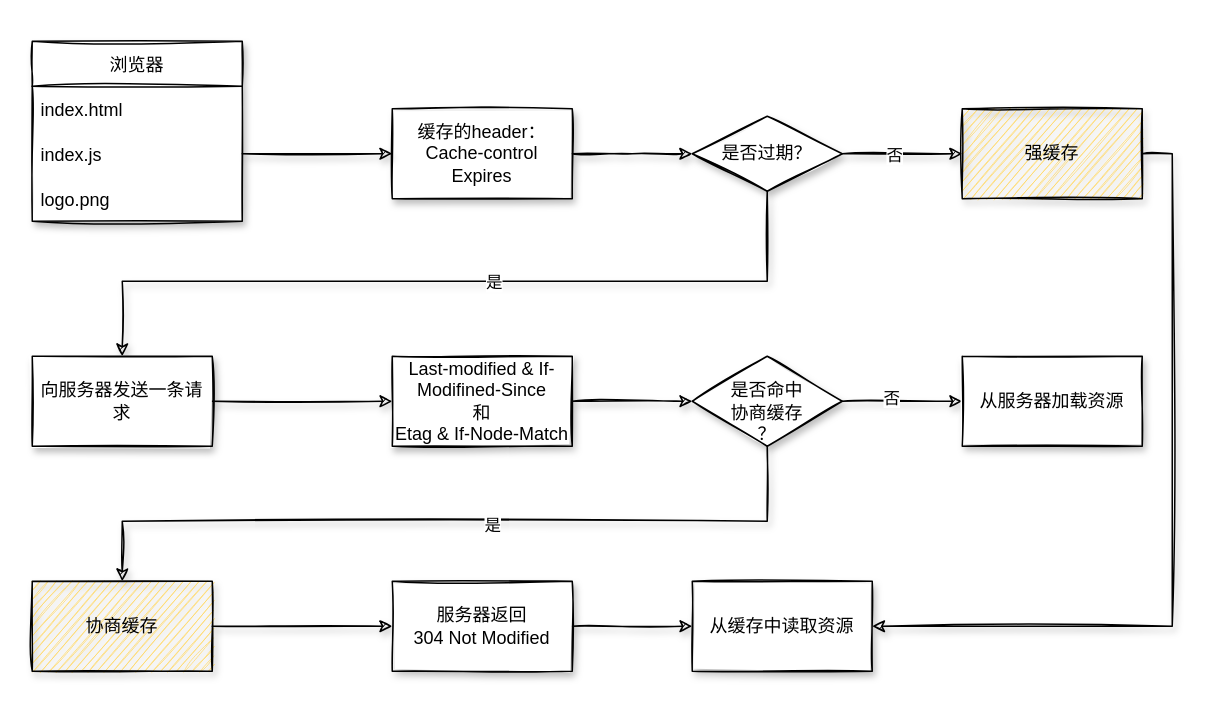
Earlier version of the draw.io diagram browser-caching-mechanism.drawio (nikolausliu/drawio-repo). Source tidied: cells renumbered, new cells numbered last; positions are measured from the earlier drawing's top-left corner, leaving out a move shared by most shapes. Both pictures are drawn from the tidied source at 150%, with x=0, y=0 at pixel (32, 40).
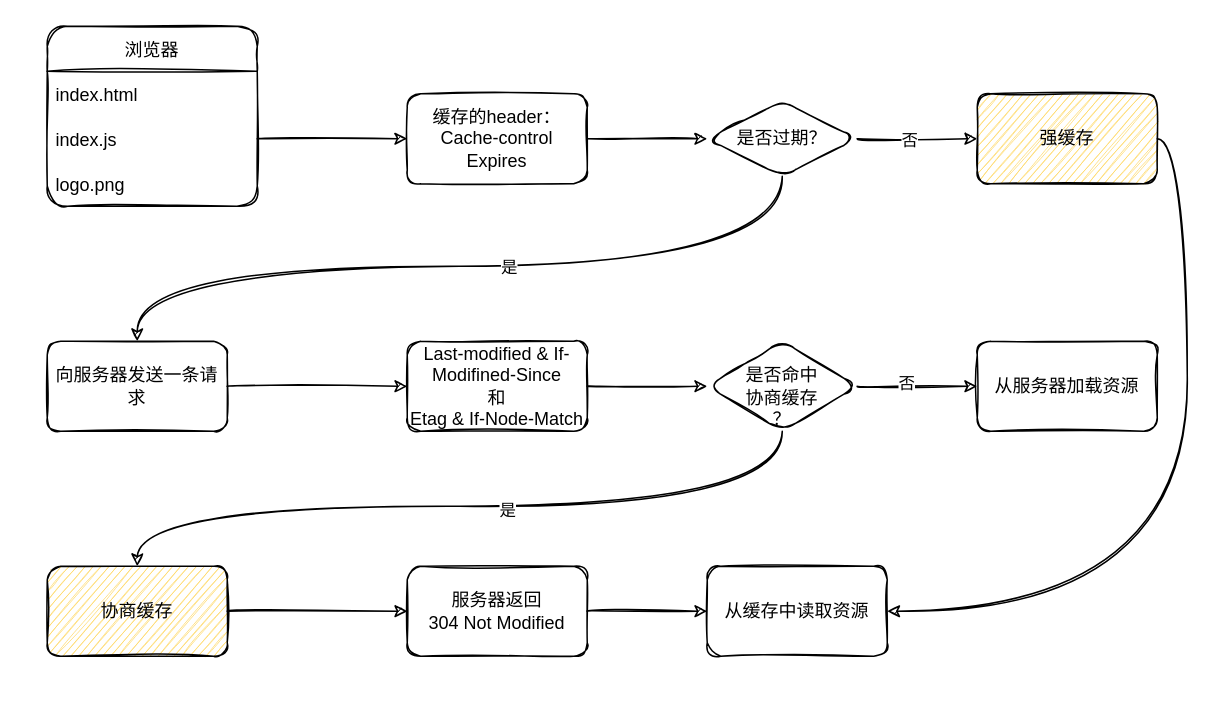
After the change.

Diff of the diagram source:
```diff
@@
+    <mxCell id="31" style="group;shadow=0;sketch=0;rounded=0;" parent="1" vertex="1">
+      <mxGeometry x="10" y="-10" width="740" height="420" as="geometry" />
+    </mxCell>
-    <mxCell id="2" value="浏览器" style="swimlane;fontStyle=0;horizontal=1;startSize=30;gradientColor=none;swimlaneFillColor=default;sketch=1;shadow=1;swimlaneLine=1;" parent="1" vertex="1">
+    <mxCell id="2" value="浏览器" style="swimlane;fontStyle=0;horizontal=1;startSize=30;gradientColor=none;swimlaneFillColor=default;shadow=0;swimlaneLine=1;sketch=1;rounded=1;glass=0;" parent="31" vertex="1">
       <mxGeometry width="140" height="120" as="geometry" />
     </mxCell>
-    <mxCell id="3" value="index.html" style="text;strokeColor=none;fillColor=none;align=left;verticalAlign=middle;spacingLeft=4;spacingRight=4;overflow=hidden;sketch=1;shadow=1;swimlaneLine=1;" parent="2" vertex="1">
+    <mxCell id="3" value="index.html" style="text;strokeColor=none;fillColor=none;align=left;verticalAlign=middle;spacingLeft=4;spacingRight=4;overflow=hidden;shadow=1;swimlaneLine=1;sketch=1;rounded=1;" parent="2" vertex="1">
       <mxGeometry y="30" width="140" height="30" as="geometry" />
     </mxCell>
-    <mxCell id="4" value="index.js" style="text;strokeColor=none;fillColor=none;align=left;verticalAlign=middle;spacingLeft=4;spacingRight=4;overflow=hidden;points=[[0,0.5],[1,0.5]];portConstraint=eastwest;sketch=1;shadow=1;swimlaneLine=1;" parent="2" vertex="1">
+    <mxCell id="4" value="index.js" style="text;strokeColor=none;fillColor=none;align=left;verticalAlign=middle;spacingLeft=4;spacingRight=4;overflow=hidden;points=[[0,0.5],[1,0.5]];portConstraint=eastwest;shadow=1;swimlaneLine=1;sketch=1;rounded=1;" parent="2" vertex="1">
       <mxGeometry y="60" width="140" height="30" as="geometry" />
     </mxCell>
-    <mxCell id="5" value="logo.png" style="text;strokeColor=none;fillColor=none;align=left;verticalAlign=middle;spacingLeft=4;spacingRight=4;overflow=hidden;sketch=1;shadow=1;swimlaneLine=1;" parent="2" vertex="1">
+    <mxCell id="5" value="logo.png" style="text;strokeColor=none;fillColor=none;align=left;verticalAlign=middle;spacingLeft=4;spacingRight=4;overflow=hidden;shadow=1;swimlaneLine=1;sketch=1;rounded=1;" parent="2" vertex="1">
       <mxGeometry y="90" width="140" height="30" as="geometry" />
     </mxCell>
-    <mxCell id="6" style="edgeStyle=orthogonalEdgeStyle;rounded=0;jettySize=auto;html=1;exitX=1;exitY=0.5;exitDx=0;exitDy=0;sketch=1;shadow=1;swimlaneLine=1;" parent="1" edge="1" source="7">
-      <mxGeometry relative="1" as="geometry">
-        <mxPoint x="440" y="75" as="targetPoint" />
-      </mxGeometry>
-    </mxCell>
+    <mxCell id="32" style="edgeStyle=orthogonalEdgeStyle;rounded=1;jettySize=auto;html=1;exitX=1;exitY=0.5;exitDx=0;exitDy=0;shadow=0;swimlaneLine=1;sketch=1;curved=1;" parent="31" edge="1" source="7">
+      <mxGeometry relative="1" as="geometry">
+        <mxPoint x="440" y="75" as="targetPoint" />
+      </mxGeometry>
+    </mxCell>
-    <mxCell id="7" value="缓存的header：&lt;br&gt;Cache-control&lt;br&gt;Expires" style="rounded=0;whiteSpace=wrap;html=1;gradientColor=none;sketch=1;shadow=1;swimlaneLine=1;" parent="1" vertex="1">
+    <mxCell id="7" value="缓存的header：&lt;br&gt;Cache-control&lt;br&gt;Expires" style="rounded=1;whiteSpace=wrap;html=1;gradientColor=none;shadow=0;swimlaneLine=1;sketch=1;" parent="31" vertex="1">
       <mxGeometry x="240" y="45" width="120" height="60" as="geometry" />
     </mxCell>
-    <mxCell id="8" style="edgeStyle=orthogonalEdgeStyle;rounded=0;jettySize=auto;html=1;exitX=1;exitY=0.5;exitDx=0;exitDy=0;entryX=0;entryY=0.5;entryDx=0;entryDy=0;sketch=1;shadow=1;swimlaneLine=1;" parent="1" edge="1" source="4" target="7">
+    <mxCell id="8" style="edgeStyle=orthogonalEdgeStyle;rounded=1;jettySize=auto;html=1;exitX=1;exitY=0.5;exitDx=0;exitDy=0;entryX=0;entryY=0.5;entryDx=0;entryDy=0;shadow=0;swimlaneLine=1;sketch=1;curved=1;" parent="31" edge="1" source="4" target="7">
       <mxGeometry relative="1" as="geometry" />
     </mxCell>
+    <mxCell id="13" value="是否过期？" style="rhombus;whiteSpace=wrap;html=1;gradientColor=none;shadow=0;swimlaneLine=1;sketch=1;rounded=1;" parent="31" vertex="1">
+      <mxGeometry x="440" y="50" width="100" height="50" as="geometry" />
+    </mxCell>
+    <mxCell id="15" value="强缓存" style="rounded=1;whiteSpace=wrap;html=1;gradientColor=none;shadow=0;swimlaneLine=1;labelBackgroundColor=none;fillStyle=hachure;fillColor=#FFD966;sketch=1;" parent="31" vertex="1">
+      <mxGeometry x="620" y="45" width="120" height="60" as="geometry" />
+    </mxCell>
-    <mxCell id="9" style="edgeStyle=orthogonalEdgeStyle;rounded=0;sketch=1;jettySize=auto;html=1;exitX=1;exitY=0.5;exitDx=0;exitDy=0;entryX=0;entryY=0.5;entryDx=0;entryDy=0;shadow=1;" parent="1" edge="1" source="13" target="15">
+    <mxCell id="9" style="edgeStyle=orthogonalEdgeStyle;rounded=1;jettySize=auto;html=1;exitX=1;exitY=0.5;exitDx=0;exitDy=0;entryX=0;entryY=0.5;entryDx=0;entryDy=0;shadow=0;sketch=1;curved=1;" parent="31" edge="1" source="13" target="15">
       <mxGeometry relative="1" as="geometry" />
     </mxCell>
-    <mxCell id="10" value="否" style="edgeLabel;html=1;align=center;verticalAlign=middle;" parent="9" vertex="1">
-      <mxGeometry x="-0.16" relative="1" as="geometry" />
-    </mxCell>
+    <mxCell id="33" value="否" style="edgeLabel;html=1;align=center;verticalAlign=middle;sketch=1;rounded=1;" parent="9" vertex="1">
+      <mxGeometry x="-0.16" relative="1" as="geometry" />
+    </mxCell>
+    <mxCell id="17" value="向服务器发送一条请求" style="whiteSpace=wrap;html=1;gradientColor=none;shadow=0;sketch=1;rounded=1;" parent="31" vertex="1">
+      <mxGeometry y="210" width="120" height="60" as="geometry" />
+    </mxCell>
-    <mxCell id="11" style="edgeStyle=orthogonalEdgeStyle;rounded=0;sketch=1;jettySize=auto;html=1;shadow=1;" parent="1" edge="1" source="13" target="17">
+    <mxCell id="11" style="edgeStyle=orthogonalEdgeStyle;rounded=1;jettySize=auto;html=1;shadow=0;sketch=1;curved=1;" parent="31" edge="1" source="13" target="17">
       <mxGeometry relative="1" as="geometry">
         <Array as="points">
           <mxPoint x="490" y="160" />
           <mxPoint x="60" y="160" />
         </Array>
       </mxGeometry>
     </mxCell>
-    <mxCell id="12" value="是" style="edgeLabel;html=1;align=center;verticalAlign=middle;" parent="11" vertex="1">
-      <mxGeometry x="-0.1" relative="1" as="geometry" />
-    </mxCell>
-    <mxCell id="13" value="是否过期？" style="rhombus;whiteSpace=wrap;html=1;gradientColor=none;sketch=1;shadow=1;swimlaneLine=1;" parent="1" vertex="1">
-      <mxGeometry x="440" y="50" width="100" height="50" as="geometry" />
-    </mxCell>
+    <mxCell id="34" value="是" style="edgeLabel;html=1;align=center;verticalAlign=middle;sketch=1;rounded=1;" parent="11" vertex="1">
+      <mxGeometry x="-0.1" relative="1" as="geometry" />
+    </mxCell>
+    <mxCell id="19" value="Last-modified &amp;amp; If-Modifined-Since&lt;br&gt;和&lt;br&gt;Etag &amp;amp; If-Node-Match" style="whiteSpace=wrap;html=1;gradientColor=none;shadow=0;sketch=1;rounded=1;" parent="31" vertex="1">
+      <mxGeometry x="240" y="210" width="120" height="60" as="geometry" />
+    </mxCell>
+    <mxCell id="16" style="edgeStyle=orthogonalEdgeStyle;rounded=1;jettySize=auto;html=1;shadow=0;sketch=1;curved=1;" parent="31" edge="1" source="17" target="19">
+      <mxGeometry relative="1" as="geometry" />
+    </mxCell>
+    <mxCell id="24" value="&lt;br&gt;是否命中&lt;br&gt;协商缓存&lt;br&gt;？" style="rhombus;whiteSpace=wrap;html=1;gradientColor=none;shadow=0;sketch=1;rounded=1;" parent="31" vertex="1">
+      <mxGeometry x="440" y="210" width="100" height="60" as="geometry" />
+    </mxCell>
+    <mxCell id="18" style="edgeStyle=orthogonalEdgeStyle;rounded=1;jettySize=auto;html=1;shadow=0;sketch=1;curved=1;" parent="31" edge="1" source="19" target="24">
+      <mxGeometry relative="1" as="geometry" />
+    </mxCell>
+    <mxCell id="25" value="从服务器加载资源" style="whiteSpace=wrap;html=1;gradientColor=none;shadow=0;sketch=1;rounded=1;" parent="31" vertex="1">
+      <mxGeometry x="620" y="210" width="120" height="60" as="geometry" />
+    </mxCell>
+    <mxCell id="20" style="edgeStyle=orthogonalEdgeStyle;rounded=1;jettySize=auto;html=1;shadow=0;sketch=1;curved=1;" parent="31" edge="1" source="24" target="25">
+      <mxGeometry relative="1" as="geometry" />
+    </mxCell>
+    <mxCell id="35" value="否" style="edgeLabel;html=1;align=center;verticalAlign=middle;sketch=1;rounded=1;" parent="20" vertex="1">
+      <mxGeometry x="-0.2" y="3" relative="1" as="geometry" />
+    </mxCell>
+    <mxCell id="27" value="协商缓存" style="whiteSpace=wrap;html=1;gradientColor=none;shadow=0;fillStyle=hachure;fillColor=#FFD966;sketch=1;rounded=1;" parent="31" vertex="1">
+      <mxGeometry y="360" width="120" height="60" as="geometry" />
+    </mxCell>
+    <mxCell id="22" style="edgeStyle=orthogonalEdgeStyle;rounded=1;jettySize=auto;html=1;shadow=0;sketch=1;curved=1;" parent="31" edge="1" source="24" target="27">
+      <mxGeometry relative="1" as="geometry">
+        <Array as="points">
+          <mxPoint x="490" y="320" />
+          <mxPoint x="60" y="320" />
+        </Array>
+      </mxGeometry>
+    </mxCell>
+    <mxCell id="36" value="是" style="edgeLabel;html=1;align=center;verticalAlign=middle;sketch=1;rounded=1;" parent="22" vertex="1">
+      <mxGeometry x="-0.1" y="2" relative="1" as="geometry" />
+    </mxCell>
+    <mxCell id="29" value="服务器返回&lt;br&gt;304 Not Modified" style="whiteSpace=wrap;html=1;gradientColor=none;shadow=0;sketch=1;rounded=1;" parent="31" vertex="1">
+      <mxGeometry x="240" y="360" width="120" height="60" as="geometry" />
+    </mxCell>
+    <mxCell id="26" style="edgeStyle=orthogonalEdgeStyle;rounded=1;jettySize=auto;html=1;shadow=0;sketch=1;curved=1;" parent="31" edge="1" source="27" target="29">
+      <mxGeometry relative="1" as="geometry" />
+    </mxCell>
+    <mxCell id="30" value="从缓存中读取资源" style="whiteSpace=wrap;html=1;gradientColor=none;shadow=0;sketch=1;rounded=1;" parent="31" vertex="1">
+      <mxGeometry x="440" y="360" width="120" height="60" as="geometry" />
+    </mxCell>
-    <mxCell id="14" style="edgeStyle=orthogonalEdgeStyle;rounded=0;sketch=1;jettySize=auto;html=1;exitX=1;exitY=0.5;exitDx=0;exitDy=0;entryX=1;entryY=0.5;entryDx=0;entryDy=0;shadow=1;" parent="1" edge="1" source="15" target="30">
+    <mxCell id="14" style="edgeStyle=orthogonalEdgeStyle;rounded=1;jettySize=auto;html=1;exitX=1;exitY=0.5;exitDx=0;exitDy=0;entryX=1;entryY=0.5;entryDx=0;entryDy=0;shadow=0;sketch=1;curved=1;" parent="31" edge="1" source="15" target="30">
       <mxGeometry relative="1" as="geometry" />
     </mxCell>
-    <mxCell id="15" value="强缓存" style="rounded=0;whiteSpace=wrap;html=1;gradientColor=none;sketch=1;shadow=1;swimlaneLine=1;labelBackgroundColor=none;fillStyle=hachure;fillColor=#FFD966;" parent="1" vertex="1">
-      <mxGeometry x="620" y="45" width="120" height="60" as="geometry" />
-    </mxCell>
-    <mxCell id="16" style="edgeStyle=orthogonalEdgeStyle;rounded=0;sketch=1;jettySize=auto;html=1;shadow=1;" parent="1" edge="1" source="17" target="19">
-      <mxGeometry relative="1" as="geometry" />
-    </mxCell>
-    <mxCell id="17" value="向服务器发送一条请求" style="whiteSpace=wrap;html=1;gradientColor=none;sketch=1;shadow=1;" parent="1" vertex="1">
-      <mxGeometry y="210" width="120" height="60" as="geometry" />
-    </mxCell>
-    <mxCell id="18" style="edgeStyle=orthogonalEdgeStyle;rounded=0;sketch=1;jettySize=auto;html=1;shadow=1;" parent="1" edge="1" source="19" target="24">
-      <mxGeometry relative="1" as="geometry" />
-    </mxCell>
-    <mxCell id="19" value="Last-modified &amp;amp; If-Modifined-Since&lt;br&gt;和&lt;br&gt;Etag &amp;amp; If-Node-Match" style="whiteSpace=wrap;html=1;gradientColor=none;sketch=1;shadow=1;" parent="1" vertex="1">
-      <mxGeometry x="240" y="210" width="120" height="60" as="geometry" />
-    </mxCell>
-    <mxCell id="20" style="edgeStyle=orthogonalEdgeStyle;rounded=0;sketch=1;jettySize=auto;html=1;shadow=1;" parent="1" edge="1" source="24" target="25">
-      <mxGeometry relative="1" as="geometry" />
-    </mxCell>
-    <mxCell id="21" value="否" style="edgeLabel;html=1;align=center;verticalAlign=middle;" parent="20" vertex="1">
-      <mxGeometry x="-0.2" y="3" relative="1" as="geometry" />
-    </mxCell>
-    <mxCell id="22" style="edgeStyle=orthogonalEdgeStyle;rounded=0;sketch=1;jettySize=auto;html=1;shadow=1;" parent="1" edge="1" source="24" target="27">
-      <mxGeometry relative="1" as="geometry">
-        <Array as="points">
-          <mxPoint x="490" y="320" />
-          <mxPoint x="60" y="320" />
-        </Array>
-      </mxGeometry>
-    </mxCell>
-    <mxCell id="23" value="是" style="edgeLabel;html=1;align=center;verticalAlign=middle;" parent="22" vertex="1">
-      <mxGeometry x="-0.1" y="2" relative="1" as="geometry" />
-    </mxCell>
-    <mxCell id="24" value="&lt;br&gt;是否命中&lt;br&gt;协商缓存&lt;br&gt;？" style="rhombus;whiteSpace=wrap;html=1;gradientColor=none;sketch=1;shadow=1;" parent="1" vertex="1">
-      <mxGeometry x="440" y="210" width="100" height="60" as="geometry" />
-    </mxCell>
-    <mxCell id="25" value="从服务器加载资源" style="whiteSpace=wrap;html=1;gradientColor=none;sketch=1;shadow=1;" parent="1" vertex="1">
-      <mxGeometry x="620" y="210" width="120" height="60" as="geometry" />
-    </mxCell>
-    <mxCell id="26" style="edgeStyle=orthogonalEdgeStyle;rounded=0;sketch=1;jettySize=auto;html=1;shadow=1;" parent="1" edge="1" source="27" target="29">
-      <mxGeometry relative="1" as="geometry" />
-    </mxCell>
-    <mxCell id="27" value="协商缓存" style="whiteSpace=wrap;html=1;gradientColor=none;sketch=1;shadow=1;fillStyle=hachure;fillColor=#FFD966;" parent="1" vertex="1">
-      <mxGeometry y="360" width="120" height="60" as="geometry" />
-    </mxCell>
-    <mxCell id="28" style="edgeStyle=orthogonalEdgeStyle;rounded=0;sketch=1;jettySize=auto;html=1;shadow=1;" parent="1" edge="1" source="29" target="30">
+    <mxCell id="28" style="edgeStyle=orthogonalEdgeStyle;rounded=1;jettySize=auto;html=1;shadow=0;sketch=1;curved=1;" parent="31" edge="1" source="29" target="30">
       <mxGeometry relative="1" as="geometry" />
     </mxCell>
-    <mxCell id="29" value="服务器返回&lt;br&gt;304 Not Modified" style="whiteSpace=wrap;html=1;gradientColor=none;sketch=1;shadow=1;" parent="1" vertex="1">
-      <mxGeometry x="240" y="360" width="120" height="60" as="geometry" />
-    </mxCell>
-    <mxCell id="30" value="从缓存中读取资源" style="whiteSpace=wrap;html=1;gradientColor=none;sketch=1;shadow=1;" parent="1" vertex="1">
-      <mxGeometry x="440" y="360" width="120" height="60" as="geometry" />
-    </mxCell>
```
